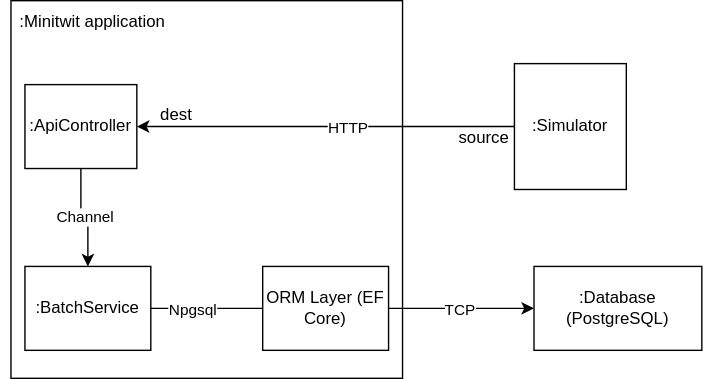
The draw.io diagram report/images/Connector-diagram.svg in Docker-Daze/itu-minitwit, before a commit. Source tidied: cells renumbered, new cells last; positions are measured from the earlier drawing's top-left corner, leaving out a move shared by most shapes.
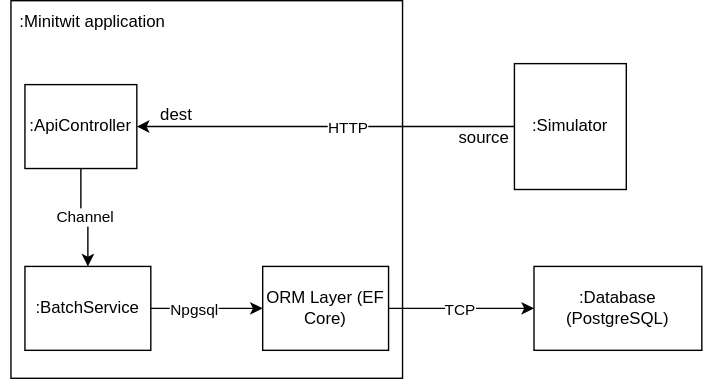
The same diagram one commit later.

What changed in the source:
```diff
@@ -29,17 +29,12 @@
     <mxCell id="10" value="dest" style="text;html=1;align=center;verticalAlign=middle;strokeColor=none;fillColor=none;" parent="1" vertex="1">
       <mxGeometry x="100" y="67" width="50" height="30" as="geometry" />
     </mxCell>
-    <mxCell id="11" style="edgeStyle=orthogonalEdgeStyle;rounded=0;jettySize=auto;html=1;" parent="1" edge="1" source="14" target="15">
-      <mxGeometry relative="1" as="geometry" />
-    </mxCell>
-    <mxCell id="12" value="TCP" style="edgeLabel;html=1;align=center;verticalAlign=middle;" parent="11" vertex="1">
-      <mxGeometry x="0.18" y="-1" relative="1" as="geometry">
-        <mxPoint x="58" y="-1" as="offset" />
-      </mxGeometry>
-    </mxCell>
+    <mxCell id="17" style="edgeStyle=orthogonalEdgeStyle;rounded=0;jettySize=auto;html=1;" parent="1" edge="1" source="14" target="16">
+      <mxGeometry relative="1" as="geometry" />
+    </mxCell>
-    <mxCell id="13" value="Npgsql" style="edgeLabel;html=1;align=center;verticalAlign=middle;" parent="11" vertex="1">
-      <mxGeometry x="-0.87" y="-1" relative="1" as="geometry">
-        <mxPoint x="11" y="-1" as="offset" />
+    <mxCell id="13" value="Npgsql" style="edgeLabel;html=1;align=center;verticalAlign=middle;" parent="17" vertex="1">
+      <mxGeometry x="-0.4" y="2" relative="1" as="geometry">
+        <mxPoint x="6" y="2" as="offset" />
       </mxGeometry>
     </mxCell>
     <mxCell id="14" value=":BatchService" style="rounded=0;whiteSpace=wrap;html=1;" parent="1" vertex="1">
@@ -48,6 +43,14 @@
     <mxCell id="15" value=":Database (PostgreSQL)" style="rounded=0;whiteSpace=wrap;html=1;" parent="1" vertex="1">
       <mxGeometry x="381" y="190" width="120" height="60" as="geometry" />
     </mxCell>
+    <mxCell id="18" style="edgeStyle=orthogonalEdgeStyle;rounded=0;jettySize=auto;html=1;" parent="1" edge="1" source="16" target="15">
+      <mxGeometry relative="1" as="geometry" />
+    </mxCell>
+    <mxCell id="12" value="TCP" style="edgeLabel;html=1;align=center;verticalAlign=middle;" parent="18" vertex="1">
+      <mxGeometry x="0.17" y="4" relative="1" as="geometry">
+        <mxPoint x="-11" y="4" as="offset" />
+      </mxGeometry>
+    </mxCell>
     <mxCell id="16" value="ORM Layer (EF Core)" style="rounded=0;whiteSpace=wrap;html=1;" parent="1" vertex="1">
       <mxGeometry x="187" y="190" width="90" height="60" as="geometry" />
     </mxCell>
```
